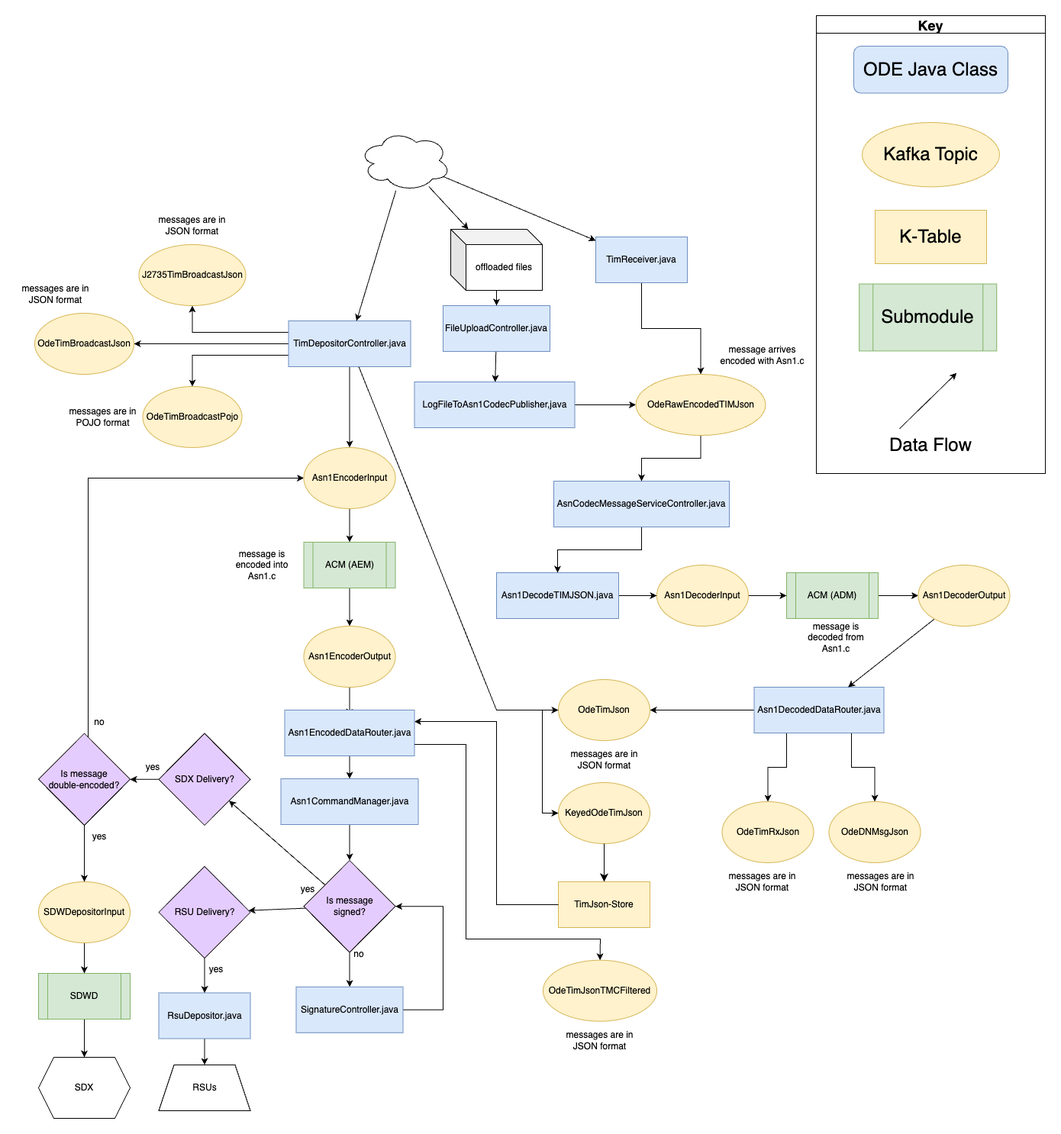
This is docs/data-flow-diagrams/tim/TIM Data Flow.drawio.png from usdot-jpo-ode/jpo-ode, a draw.io export, as it was before one commit. Source tidied: cells renumbered, new cells last; positions are measured from the earlier drawing's top-left corner, leaving out a move shared by most shapes.
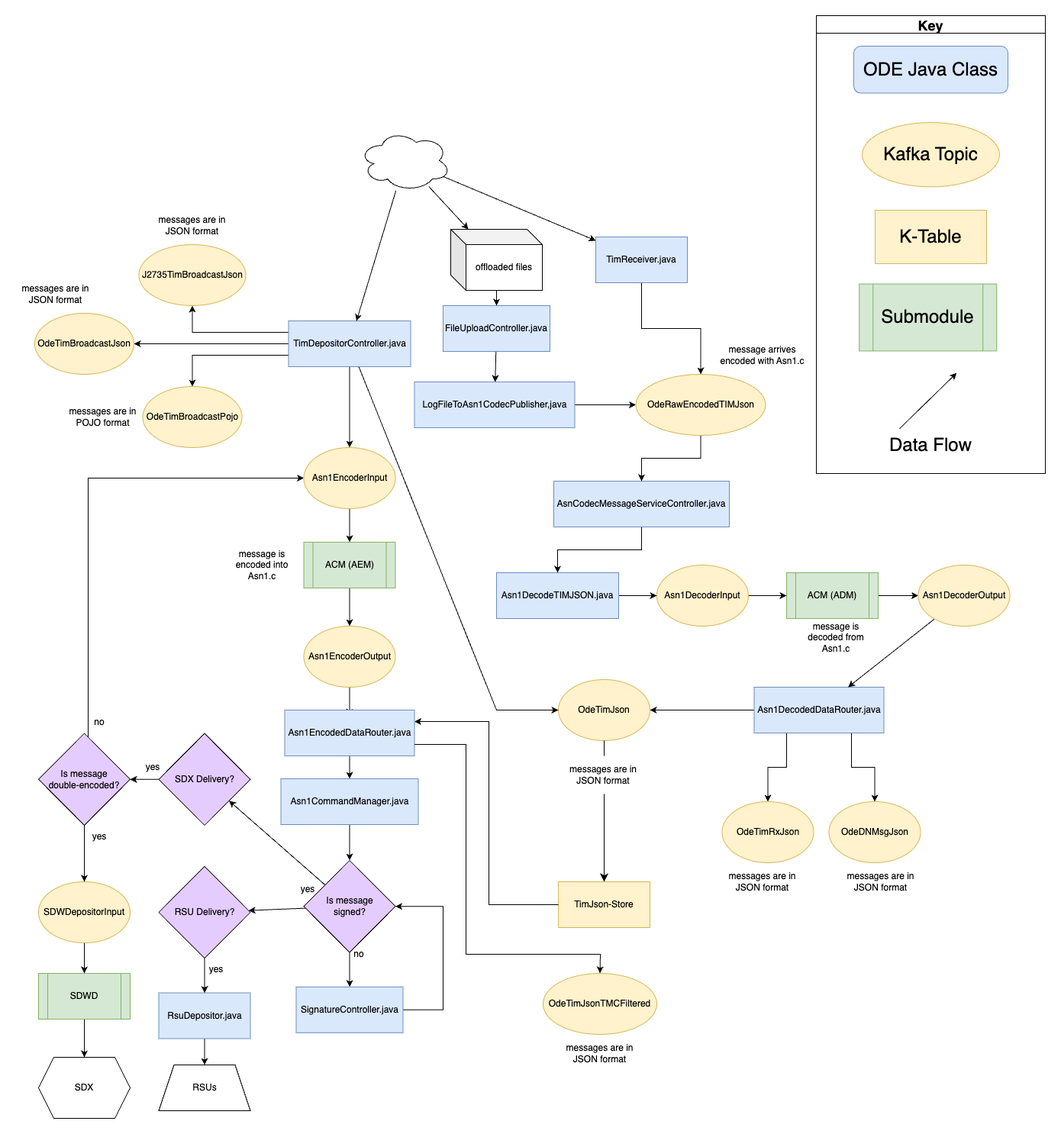
The same diagram one commit later.

What changed in the source:
```diff
@@ -152,9 +152,6 @@
     <mxCell id="48" value="message is encoded into Asn1.c" style="text;html=1;strokeColor=none;fillColor=none;align=center;verticalAlign=middle;whiteSpace=wrap;rounded=0;" parent="1" vertex="1">
       <mxGeometry x="267.5" y="695" width="110" height="50" as="geometry" />
     </mxCell>
-    <mxCell id="49" value="messages are in JSON format" style="text;html=1;strokeColor=none;fillColor=none;align=center;verticalAlign=middle;whiteSpace=wrap;rounded=0;" parent="1" vertex="1">
-      <mxGeometry x="718.5" y="950" width="105" height="50" as="geometry" />
-    </mxCell>
     <mxCell id="50" value="messages are in JSON format" style="text;html=1;strokeColor=none;fillColor=none;align=center;verticalAlign=middle;whiteSpace=wrap;rounded=0;" parent="1" vertex="1">
       <mxGeometry x="925.5" y="1110" width="105" height="50" as="geometry" />
     </mxCell>
@@ -312,32 +309,21 @@
       <mxGeometry x="150" y="970" width="60" height="30" as="geometry" />
     </mxCell>
     <mxCell id="97" value="OdeTimJsonTMCFiltered" style="ellipse;whiteSpace=wrap;html=1;fillColor=#fff2cc;strokeColor=#d6b656;" parent="1" vertex="1">
-      <mxGeometry x="691" y="1237.8" width="149" height="80" as="geometry" />
+      <mxGeometry x="691" y="1255" width="149" height="80" as="geometry" />
     </mxCell>
     <mxCell id="98" style="rounded=0;jettySize=auto;html=1;entryX=0.5;entryY=0;entryDx=0;entryDy=0;exitX=1;exitY=0.75;exitDx=0;exitDy=0;" parent="1" edge="1" source="72" target="97">
       <mxGeometry relative="1" as="geometry">
         <Array as="points">
           <mxPoint x="590" y="955" />
-          <mxPoint x="590" y="1210" />
-          <mxPoint x="766" y="1210" />
+          <mxPoint x="590" y="1230" />
+          <mxPoint x="766" y="1230" />
         </Array>
       </mxGeometry>
     </mxCell>
     <mxCell id="99" value="messages are in JSON format" style="text;html=1;strokeColor=none;fillColor=none;align=center;verticalAlign=middle;whiteSpace=wrap;rounded=0;" parent="1" vertex="1">
-      <mxGeometry x="713" y="1317.8" width="105" height="50" as="geometry" />
+      <mxGeometry x="713" y="1335" width="105" height="50" as="geometry" />
     </mxCell>
-    <mxCell id="100" value="KeyedOdeTimJson" style="ellipse;whiteSpace=wrap;html=1;fillColor=#fff2cc;strokeColor=#d6b656;" parent="1" vertex="1">
-      <mxGeometry x="711" y="1005" width="120" height="80" as="geometry" />
-    </mxCell>
-    <mxCell id="101" style="rounded=0;jettySize=auto;html=1;entryX=0;entryY=0.5;entryDx=0;entryDy=0;" parent="1" edge="1" target="100">
-      <mxGeometry relative="1" as="geometry">
-        <mxPoint x="690" y="910" as="sourcePoint" />
-        <Array as="points">
-          <mxPoint x="690" y="1045" />
-        </Array>
-      </mxGeometry>
-    </mxCell>
-    <mxCell id="102" style="endArrow=classic;html=1;rounded=0;fontSize=12;startSize=8;endSize=8;curved=1;exitX=0.5;exitY=1;exitDx=0;exitDy=0;entryX=0.5;entryY=0;entryDx=0;entryDy=0;" parent="1" edge="1" source="100" target="103">
+    <mxCell id="102" style="endArrow=classic;html=1;rounded=0;fontSize=12;startSize=8;endSize=8;curved=1;exitX=0.5;exitY=1;exitDx=0;exitDy=0;entryX=0.5;entryY=0;entryDx=0;entryDy=0;" parent="1" edge="1" source="22" target="103">
       <mxGeometry relative="1" as="geometry" />
     </mxCell>
     <mxCell id="103" value="TimJson-Store" style="rounded=0;whiteSpace=wrap;html=1;fillColor=#fff2cc;strokeColor=#d6b656;labelBackgroundColor=none;" parent="1" vertex="1">
@@ -346,10 +332,19 @@
     <mxCell id="104" style="edgeStyle=orthogonalEdgeStyle;rounded=0;jettySize=auto;html=1;exitX=0;exitY=0.5;exitDx=0;exitDy=0;entryX=1;entryY=0.25;entryDx=0;entryDy=0;" parent="1" edge="1" source="103" target="72">
       <mxGeometry relative="1" as="geometry">
         <Array as="points">
-          <mxPoint x="630" y="1165" />
-          <mxPoint x="630" y="925" />
+          <mxPoint x="620" y="1165" />
+          <mxPoint x="620" y="925" />
         </Array>
       </mxGeometry>
     </mxCell>
+    <mxCell id="105" style="group;" parent="1" vertex="1">
+      <mxGeometry x="720" y="970" width="100" height="50" as="geometry" />
+    </mxCell>
+    <mxCell id="106" style="rounded=0;whiteSpace=nowrap;html=1;strokeColor=none;" parent="105" vertex="1">
+      <mxGeometry x="4.8" width="95.2" height="50" as="geometry" />
+    </mxCell>
+    <mxCell id="49" value="messages are in JSON format" style="text;html=1;strokeColor=none;fillColor=none;align=center;verticalAlign=middle;whiteSpace=wrap;rounded=0;" parent="105" vertex="1">
+      <mxGeometry width="100" height="50" as="geometry" />
+    </mxCell>
   </root>
 </mxGraphModel>
```
